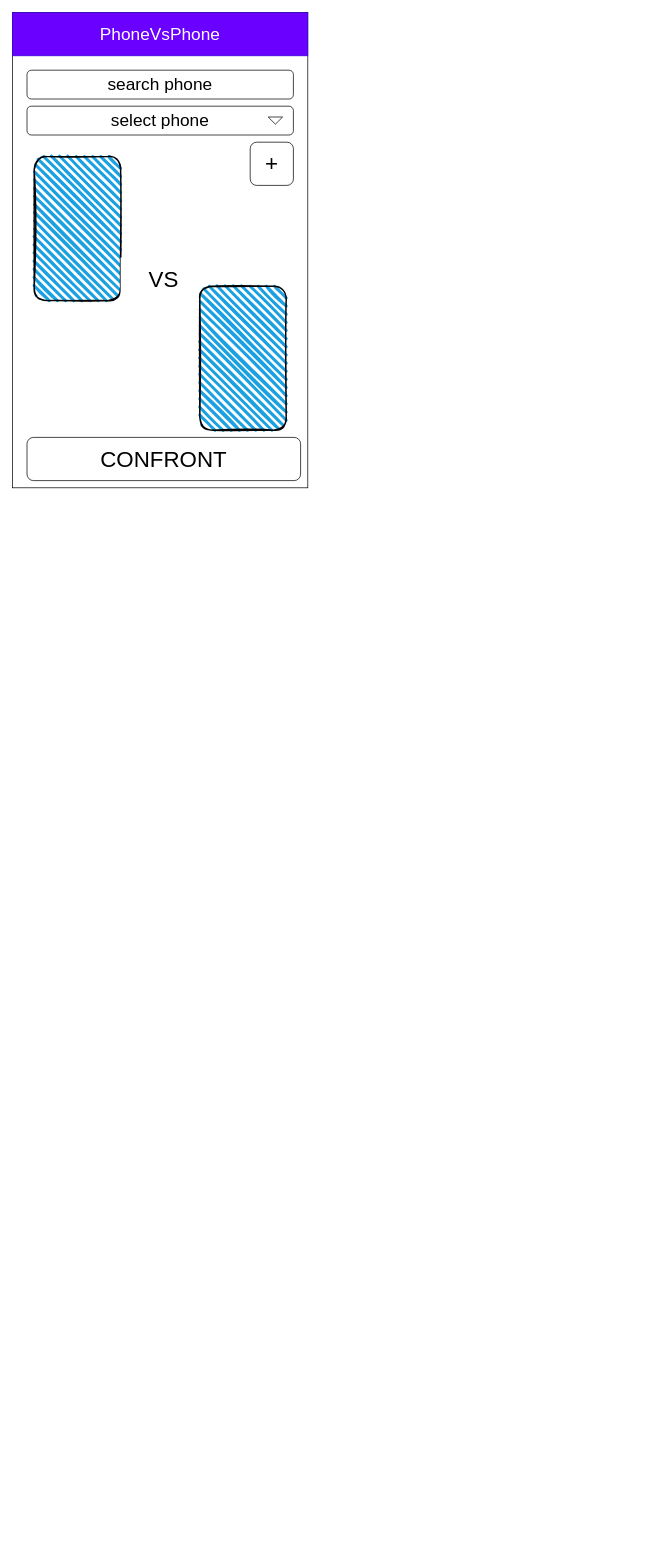
Before: wireframe.drawio in gpetraroli/phonevsphone, a draw.io diagram. Source tidied: cells renumbered, new cells numbered last; positions are measured from the earlier drawing's top-left corner, leaving out a move shared by most shapes. Both pictures are drawn from the tidied source at 72%, with x=0, y=0 at pixel (12, 12).
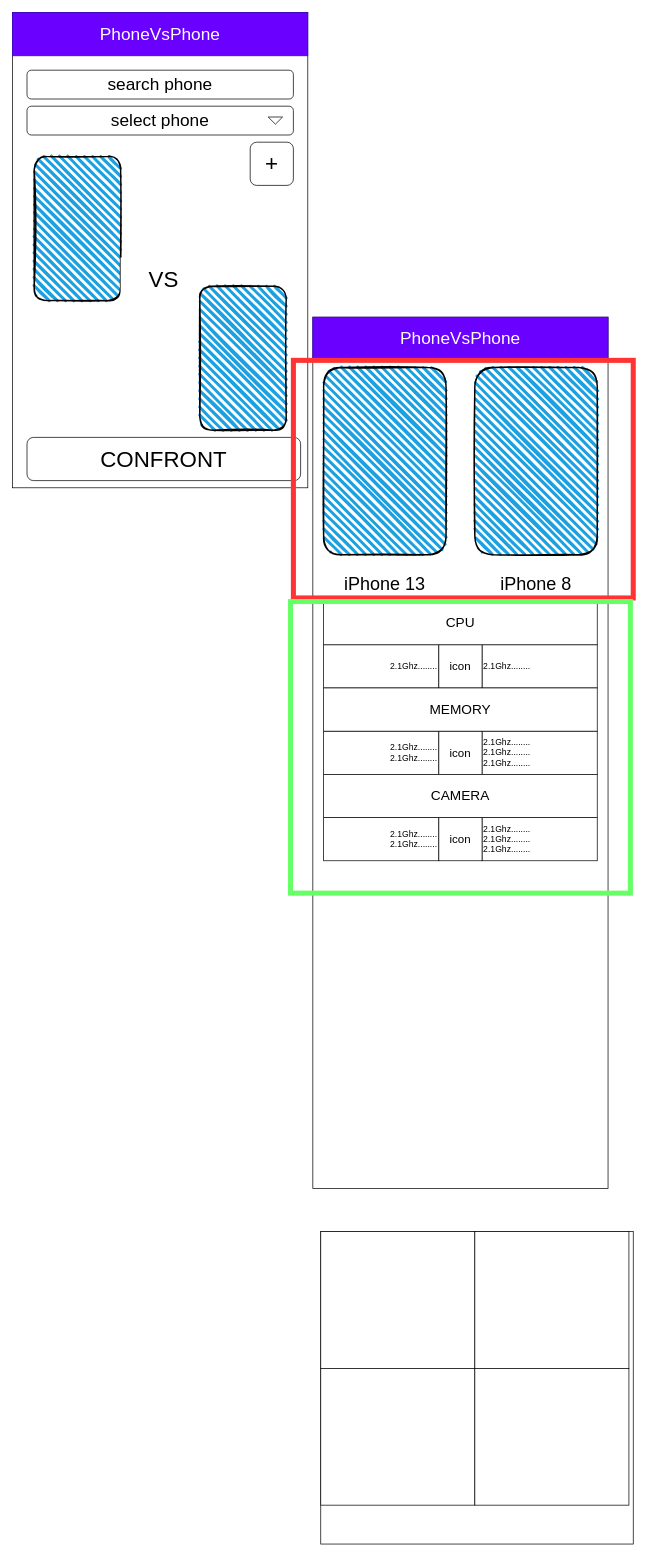
Above is the later version.

Change to the diagram source:
```diff
@@
+    <mxCell id="12" style="whiteSpace=wrap;html=1;" parent="1" vertex="1">
+      <mxGeometry x="417" y="423" width="410" height="1210" as="geometry" />
+    </mxCell>
+    <mxCell id="13" value="&lt;font style=&quot;font-size: 24px&quot;&gt;PhoneVsPhone&lt;/font&gt;" style="rounded=0;whiteSpace=wrap;html=1;fillColor=#6a00ff;strokeColor=#3700CC;fontColor=#ffffff;" parent="1" vertex="1">
+      <mxGeometry x="417" y="423" width="410" height="60" as="geometry" />
+    </mxCell>
+    <mxCell id="14" style="rounded=1;whiteSpace=wrap;html=1;strokeWidth=2;fillWeight=4;hachureGap=8;hachureAngle=45;fillColor=#1ba1e2;sketch=1;fontSize=31;" parent="1" vertex="1">
+      <mxGeometry x="642" y="493" width="170" height="260" as="geometry" />
+    </mxCell>
+    <mxCell id="15" style="rounded=1;whiteSpace=wrap;html=1;strokeWidth=2;fillWeight=4;hachureGap=8;hachureAngle=45;fillColor=#1ba1e2;sketch=1;fontSize=31;" parent="1" vertex="1">
+      <mxGeometry x="432" y="493" width="170" height="260" as="geometry" />
+    </mxCell>
+    <mxCell id="16" value="&lt;font style=&quot;font-size: 25px&quot;&gt;iPhone 13&lt;/font&gt;" style="rounded=0;whiteSpace=wrap;html=1;strokeColor=none;" parent="1" vertex="1">
+      <mxGeometry x="457" y="763" width="120" height="60" as="geometry" />
+    </mxCell>
+    <mxCell id="17" value="&lt;font style=&quot;font-size: 25px&quot;&gt;iPhone 8&lt;/font&gt;" style="rounded=0;whiteSpace=wrap;html=1;strokeColor=none;" parent="1" vertex="1">
+      <mxGeometry x="667" y="763" width="120" height="60" as="geometry" />
+    </mxCell>
+    <mxCell id="18" value="&lt;span&gt;2.1Ghz........&lt;/span&gt;" style="rounded=0;whiteSpace=wrap;html=1;align=right;strokeColor=default;" parent="1" vertex="1">
+      <mxGeometry x="432" y="878" width="160" height="60" as="geometry" />
+    </mxCell>
+    <mxCell id="19" value="2.1Ghz........" style="rounded=0;whiteSpace=wrap;html=1;align=left;strokeColor=default;" parent="1" vertex="1">
+      <mxGeometry x="652" y="878" width="160" height="60" as="geometry" />
+    </mxCell>
+    <mxCell id="20" value="&lt;font style=&quot;font-size: 16px&quot;&gt;icon&lt;/font&gt;" style="rounded=0;whiteSpace=wrap;html=1;strokeColor=default;" parent="1" vertex="1">
+      <mxGeometry x="592" y="878" width="60" height="60" as="geometry" />
+    </mxCell>
+    <mxCell id="21" value="&lt;font style=&quot;font-size: 19px&quot;&gt;CPU&lt;/font&gt;" style="rounded=0;whiteSpace=wrap;html=1;strokeColor=default;" parent="1" vertex="1">
+      <mxGeometry x="432" y="818" width="380" height="60" as="geometry" />
+    </mxCell>
+    <mxCell id="22" value="&lt;span&gt;2.1Ghz........&lt;br&gt;&lt;/span&gt;&lt;span style=&quot;text-align: left&quot;&gt;2.1Ghz........&lt;/span&gt;&lt;span&gt;&lt;br&gt;&lt;/span&gt;" style="rounded=0;whiteSpace=wrap;html=1;align=right;strokeColor=default;" parent="1" vertex="1">
+      <mxGeometry x="432" y="998" width="160" height="60" as="geometry" />
+    </mxCell>
+    <mxCell id="23" value="2.1Ghz........&lt;br&gt;2.1Ghz........&lt;br&gt;2.1Ghz........" style="rounded=0;whiteSpace=wrap;html=1;align=left;strokeColor=default;" parent="1" vertex="1">
+      <mxGeometry x="652" y="998" width="160" height="60" as="geometry" />
+    </mxCell>
+    <mxCell id="24" value="&lt;font style=&quot;font-size: 16px&quot;&gt;icon&lt;/font&gt;" style="rounded=0;whiteSpace=wrap;html=1;strokeColor=default;" parent="1" vertex="1">
+      <mxGeometry x="592" y="998" width="60" height="60" as="geometry" />
+    </mxCell>
+    <mxCell id="25" value="&lt;font style=&quot;font-size: 19px&quot;&gt;MEMORY&lt;/font&gt;" style="rounded=0;whiteSpace=wrap;html=1;strokeColor=default;" parent="1" vertex="1">
+      <mxGeometry x="432" y="938" width="380" height="60" as="geometry" />
+    </mxCell>
+    <mxCell id="26" value="&lt;span&gt;2.1Ghz........&lt;br&gt;&lt;/span&gt;&lt;span style=&quot;text-align: left&quot;&gt;2.1Ghz........&lt;/span&gt;&lt;span&gt;&lt;br&gt;&lt;/span&gt;" style="rounded=0;whiteSpace=wrap;html=1;align=right;strokeColor=default;" parent="1" vertex="1">
+      <mxGeometry x="432" y="1118" width="160" height="60" as="geometry" />
+    </mxCell>
+    <mxCell id="27" value="2.1Ghz........&lt;br&gt;2.1Ghz........&lt;br&gt;2.1Ghz........" style="rounded=0;whiteSpace=wrap;html=1;align=left;strokeColor=default;" parent="1" vertex="1">
+      <mxGeometry x="652" y="1118" width="160" height="60" as="geometry" />
+    </mxCell>
+    <mxCell id="28" value="&lt;font style=&quot;font-size: 16px&quot;&gt;icon&lt;/font&gt;" style="rounded=0;whiteSpace=wrap;html=1;strokeColor=default;" parent="1" vertex="1">
+      <mxGeometry x="592" y="1118" width="60" height="60" as="geometry" />
+    </mxCell>
+    <mxCell id="29" value="&lt;span style=&quot;font-size: 19px&quot;&gt;CAMERA&lt;/span&gt;" style="rounded=0;whiteSpace=wrap;html=1;strokeColor=default;" parent="1" vertex="1">
+      <mxGeometry x="432" y="1058" width="380" height="60" as="geometry" />
+    </mxCell>
+    <mxCell id="30" style="rounded=0;whiteSpace=wrap;html=1;fontSize=16;strokeColor=#FF3333;fillColor=none;strokeWidth=7;" parent="1" vertex="1">
+      <mxGeometry x="390" y="483" width="472" height="330" as="geometry" />
+    </mxCell>
+    <mxCell id="31" style="rounded=0;whiteSpace=wrap;html=1;fontSize=16;strokeColor=#66FF66;fillColor=none;strokeWidth=7;" parent="1" vertex="1">
+      <mxGeometry x="386" y="818" width="472" height="405" as="geometry" />
+    </mxCell>
+    <mxCell id="32" style="whiteSpace=wrap;html=1;" parent="1" vertex="1">
+      <mxGeometry x="428" y="1693" width="434" height="434" as="geometry" />
+    </mxCell>
+    <mxCell id="33" style="rounded=0;whiteSpace=wrap;html=1;" parent="1" vertex="1">
+      <mxGeometry x="428" y="1693" width="214" height="190" as="geometry" />
+    </mxCell>
+    <mxCell id="34" style="rounded=0;whiteSpace=wrap;html=1;" parent="1" vertex="1">
+      <mxGeometry x="642" y="1693" width="214" height="190" as="geometry" />
+    </mxCell>
+    <mxCell id="35" style="rounded=0;whiteSpace=wrap;html=1;" parent="1" vertex="1">
+      <mxGeometry x="428" y="1883" width="214" height="190" as="geometry" />
+    </mxCell>
+    <mxCell id="36" style="rounded=0;whiteSpace=wrap;html=1;" parent="1" vertex="1">
+      <mxGeometry x="642" y="1883" width="214" height="190" as="geometry" />
+    </mxCell>
```
